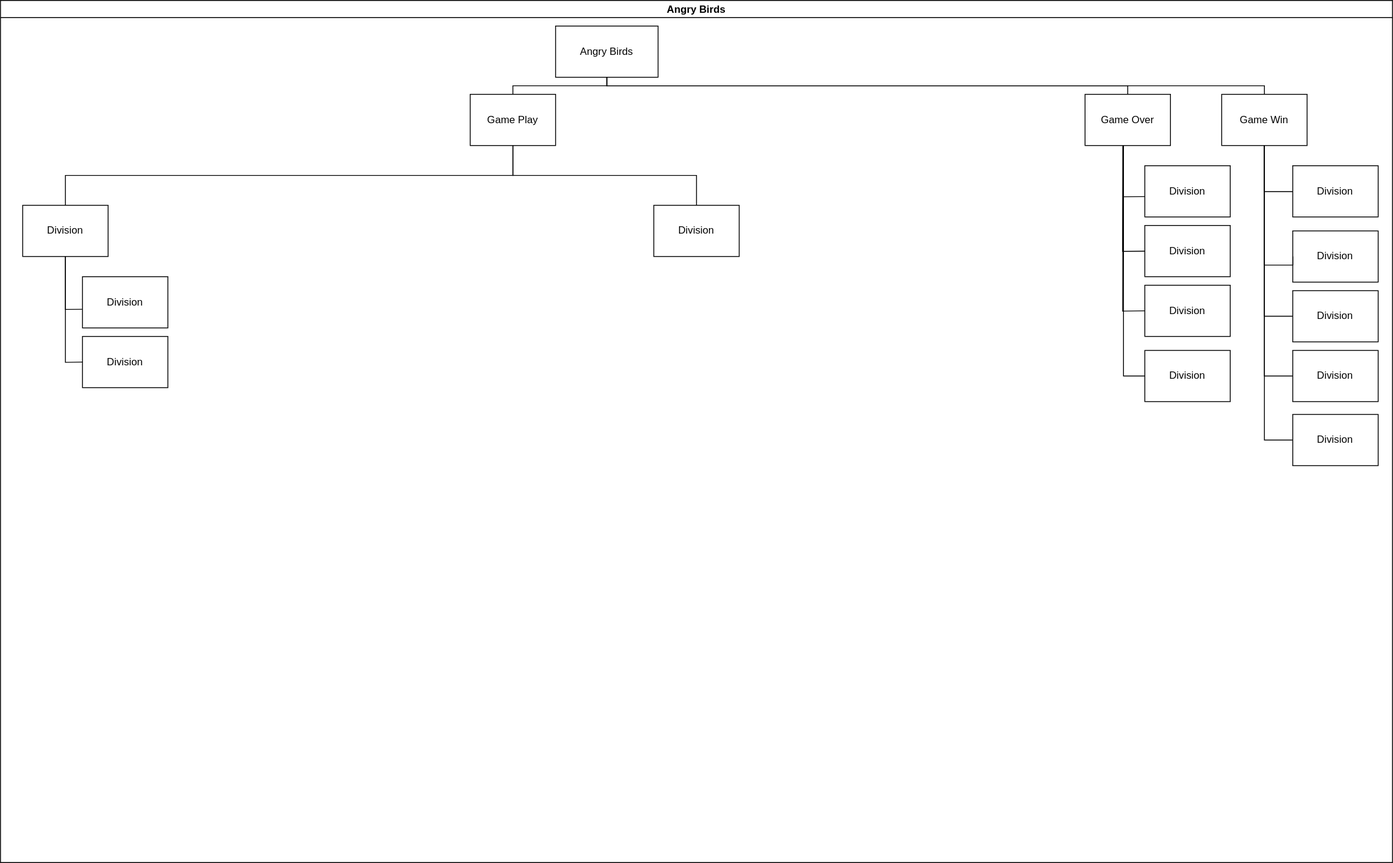
Above: Main-Structure.drawio.svg in king525dev/AngryBirds-NEA (draw.io), before the change. Source tidied: cells renumbered, new cells last; positions are measured from the earlier drawing's top-left corner, leaving out a move shared by most shapes.
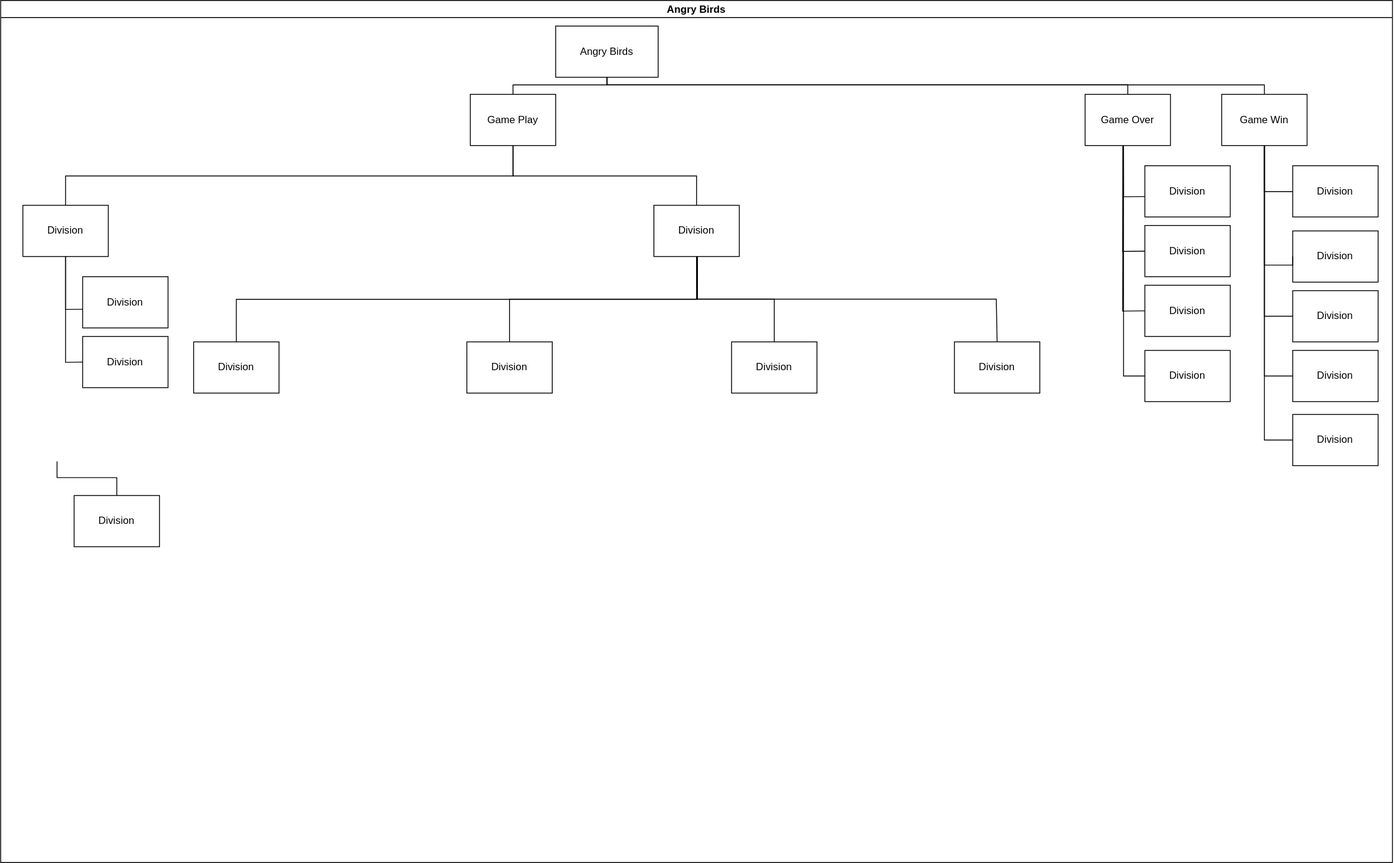
Above is the later version.

Diff of the diagram source:
```diff
@@ -150,5 +150,59 @@
         </Array>
       </mxGeometry>
     </mxCell>
+    <mxCell id="36" value="Division" style="whiteSpace=wrap;html=1;align=center;verticalAlign=middle;newEdgeStyle={&quot;edgeStyle&quot;:&quot;elbowEdgeStyle&quot;,&quot;startArrow&quot;:&quot;none&quot;,&quot;endArrow&quot;:&quot;none&quot;};" parent="2" vertex="1">
+      <mxGeometry x="226" y="400" width="100" height="60" as="geometry" />
+    </mxCell>
+    <mxCell id="37" style="edgeStyle=elbowEdgeStyle;elbow=vertical;sourcePerimeterSpacing=0;targetPerimeterSpacing=0;startArrow=none;endArrow=none;rounded=0;curved=0;exitX=0.5;exitY=1;exitDx=0;exitDy=0;entryX=0.5;entryY=0;entryDx=0;entryDy=0;" parent="2" edge="1" target="36">
+      <mxGeometry relative="1" as="geometry">
+        <mxPoint x="815" y="300" as="sourcePoint" />
+      </mxGeometry>
+    </mxCell>
+    <mxCell id="38" value="Division" style="whiteSpace=wrap;html=1;align=center;verticalAlign=middle;newEdgeStyle={&quot;edgeStyle&quot;:&quot;elbowEdgeStyle&quot;,&quot;startArrow&quot;:&quot;none&quot;,&quot;endArrow&quot;:&quot;none&quot;};" parent="2" vertex="1">
+      <mxGeometry x="1117" y="400" width="100" height="60" as="geometry" />
+    </mxCell>
+    <mxCell id="39" value="Division" style="whiteSpace=wrap;html=1;align=center;verticalAlign=middle;newEdgeStyle={&quot;edgeStyle&quot;:&quot;elbowEdgeStyle&quot;,&quot;startArrow&quot;:&quot;none&quot;,&quot;endArrow&quot;:&quot;none&quot;};" parent="2" vertex="1">
+      <mxGeometry x="856" y="400" width="100" height="60" as="geometry" />
+    </mxCell>
+    <mxCell id="40" value="Division" style="whiteSpace=wrap;html=1;align=center;verticalAlign=middle;newEdgeStyle={&quot;edgeStyle&quot;:&quot;elbowEdgeStyle&quot;,&quot;startArrow&quot;:&quot;none&quot;,&quot;endArrow&quot;:&quot;none&quot;};" parent="2" vertex="1">
+      <mxGeometry x="546" y="400" width="100" height="60" as="geometry" />
+    </mxCell>
+    <mxCell id="41" style="edgeStyle=elbowEdgeStyle;rounded=0;orthogonalLoop=1;jettySize=auto;html=1;startArrow=none;endArrow=none;exitX=0;exitY=0.5;exitDx=0;exitDy=0;" parent="2" edge="1" source="40" target="40">
+      <mxGeometry relative="1" as="geometry" />
+    </mxCell>
+    <mxCell id="42" style="endArrow=none;html=1;rounded=0;exitX=0.5;exitY=0;exitDx=0;exitDy=0;entryX=0.5;entryY=1;entryDx=0;entryDy=0;" parent="2" edge="1" source="40" target="28">
+      <mxGeometry relative="1" as="geometry">
+        <Array as="points">
+          <mxPoint x="596" y="350" />
+          <mxPoint x="816" y="350" />
+        </Array>
+      </mxGeometry>
+    </mxCell>
+    <mxCell id="43" style="endArrow=none;html=1;rounded=0;entryX=0.5;entryY=0;entryDx=0;entryDy=0;" parent="2" edge="1" target="39">
+      <mxGeometry relative="1" as="geometry">
+        <mxPoint x="816" y="300" as="sourcePoint" />
+        <Array as="points">
+          <mxPoint x="816" y="350" />
+          <mxPoint x="906" y="350" />
+        </Array>
+      </mxGeometry>
+    </mxCell>
+    <mxCell id="44" style="endArrow=none;html=1;rounded=0;exitX=0.5;exitY=0;exitDx=0;exitDy=0;" parent="2" edge="1" source="38">
+      <mxGeometry relative="1" as="geometry">
+        <mxPoint x="816" y="300" as="targetPoint" />
+        <Array as="points">
+          <mxPoint x="1166" y="350" />
+          <mxPoint x="816" y="350" />
+        </Array>
+      </mxGeometry>
+    </mxCell>
+    <mxCell id="45" value="Division" style="whiteSpace=wrap;html=1;align=center;verticalAlign=middle;newEdgeStyle={&quot;edgeStyle&quot;:&quot;elbowEdgeStyle&quot;,&quot;startArrow&quot;:&quot;none&quot;,&quot;endArrow&quot;:&quot;none&quot;};" parent="2" vertex="1">
+      <mxGeometry x="86" y="580" width="100" height="60" as="geometry" />
+    </mxCell>
+    <mxCell id="46" style="edgeStyle=elbowEdgeStyle;elbow=vertical;sourcePerimeterSpacing=0;targetPerimeterSpacing=0;startArrow=none;endArrow=none;rounded=0;curved=0;" parent="2" edge="1" target="45">
+      <mxGeometry relative="1" as="geometry">
+        <mxPoint x="66" y="540" as="sourcePoint" />
+      </mxGeometry>
+    </mxCell>
   </root>
 </mxGraphModel>
```
